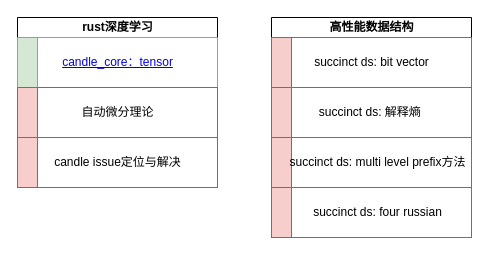
Before: page "数据结构" (2 of 4) of video.drawio in xiaoniaoyouhuajiang/ClassNotebook, a draw.io diagram. Source tidied: cells renumbered, new cells numbered last; positions are measured from the earlier drawing's top-left corner, leaving out a move shared by most shapes. Both pictures are drawn from the tidied source at 100%, with x=0, y=0 at pixel (17, 17).
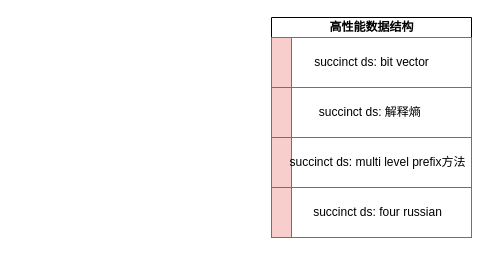
After the change.

Change to the diagram source:
```diff
@@
 <mxGraphModel>
   <root>
     <mxCell id="0" />
     <mxCell id="1" parent="0" />
-    <mxCell id="2" value="rust深度学习" style="swimlane;html=1;horizontal=1;startSize=20;" parent="1" vertex="1">
-      <mxGeometry width="200" height="170" as="geometry" />
-    </mxCell>
-    <mxCell id="3" style="swimlane;html=1;startSize=20;horizontal=0;fillColor=#d5e8d4;strokeColor=#82b366;" parent="2" vertex="1">
-      <mxGeometry y="20" width="200" height="50" as="geometry" />
-    </mxCell>
-    <mxCell id="4" value="&lt;a href=&quot;https://www.bilibili.com/video/BV1PRxseeEpq/?vd_source=d9b5b41044517f2b6d7225069dd1acb3&quot;&gt;candle_core：tensor&lt;/a&gt;" style="text;html=1;align=center;verticalAlign=middle;" parent="3" vertex="1">
-      <mxGeometry x="35" y="10" width="130" height="30" as="geometry" />
-    </mxCell>
-    <mxCell id="5" style="swimlane;html=1;startSize=20;horizontal=0;fillColor=#f8cecc;strokeColor=#b85450;" parent="2" vertex="1">
-      <mxGeometry y="70" width="200" height="50" as="geometry" />
-    </mxCell>
-    <mxCell id="6" value="自动微分理论" style="text;html=1;align=center;verticalAlign=middle;" parent="5" vertex="1">
-      <mxGeometry x="50" y="10" width="100" height="30" as="geometry" />
-    </mxCell>
-    <mxCell id="7" style="swimlane;html=1;startSize=20;horizontal=0;fillColor=#f8cecc;strokeColor=#b85450;" parent="2" vertex="1">
-      <mxGeometry y="120" width="200" height="50" as="geometry" />
-    </mxCell>
-    <mxCell id="8" value="candle issue定位与解决" style="text;html=1;align=center;verticalAlign=middle;" parent="7" vertex="1">
-      <mxGeometry x="25" y="10" width="150" height="30" as="geometry" />
-    </mxCell>
     <mxCell id="9" value="高性能数据结构" style="swimlane;html=1;horizontal=1;startSize=20;" parent="1" vertex="1">
       <mxGeometry x="254" width="200" height="220" as="geometry" />
     </mxCell>
     <mxCell id="10" style="swimlane;html=1;startSize=20;horizontal=0;fillColor=#f8cecc;strokeColor=#b85450;" parent="9" vertex="1">
       <mxGeometry y="20" width="200" height="50" as="geometry" />
     </mxCell>
     <mxCell id="11" value="succinct ds: bit vector" style="text;html=1;align=center;verticalAlign=middle;" parent="10" vertex="1">
       <mxGeometry x="30" y="10" width="140" height="30" as="geometry" />
     </mxCell>
     <mxCell id="12" style="swimlane;html=1;startSize=20;horizontal=0;fillColor=#f8cecc;strokeColor=#b85450;" parent="9" vertex="1">
       <mxGeometry y="70" width="200" height="50" as="geometry" />
     </mxCell>
     <mxCell id="13" value="succinct ds: 解释熵&amp;nbsp;" style="text;html=1;align=center;verticalAlign=middle;" parent="12" vertex="1">
       <mxGeometry x="35" y="10" width="130" height="30" as="geometry" />
     </mxCell>
     <mxCell id="14" style="swimlane;html=1;startSize=20;horizontal=0;fillColor=#f8cecc;strokeColor=#b85450;" parent="9" vertex="1">
       <mxGeometry y="120" width="200" height="50" as="geometry" />
     </mxCell>
     <mxCell id="15" value="succinct ds: multi level prefix方法" style="text;html=1;align=center;verticalAlign=middle;" parent="14" vertex="1">
       <mxGeometry x="6" y="10" width="200" height="30" as="geometry" />
     </mxCell>
     <mxCell id="16" style="swimlane;html=1;startSize=20;horizontal=0;fillColor=#f8cecc;strokeColor=#b85450;" parent="9" vertex="1">
       <mxGeometry y="170" width="200" height="50" as="geometry" />
     </mxCell>
     <mxCell id="17" value="succinct ds: four russian" style="text;html=1;align=center;verticalAlign=middle;" parent="16" vertex="1">
       <mxGeometry x="31" y="10" width="150" height="30" as="geometry" />
     </mxCell>
   </root>
 </mxGraphModel>
```
